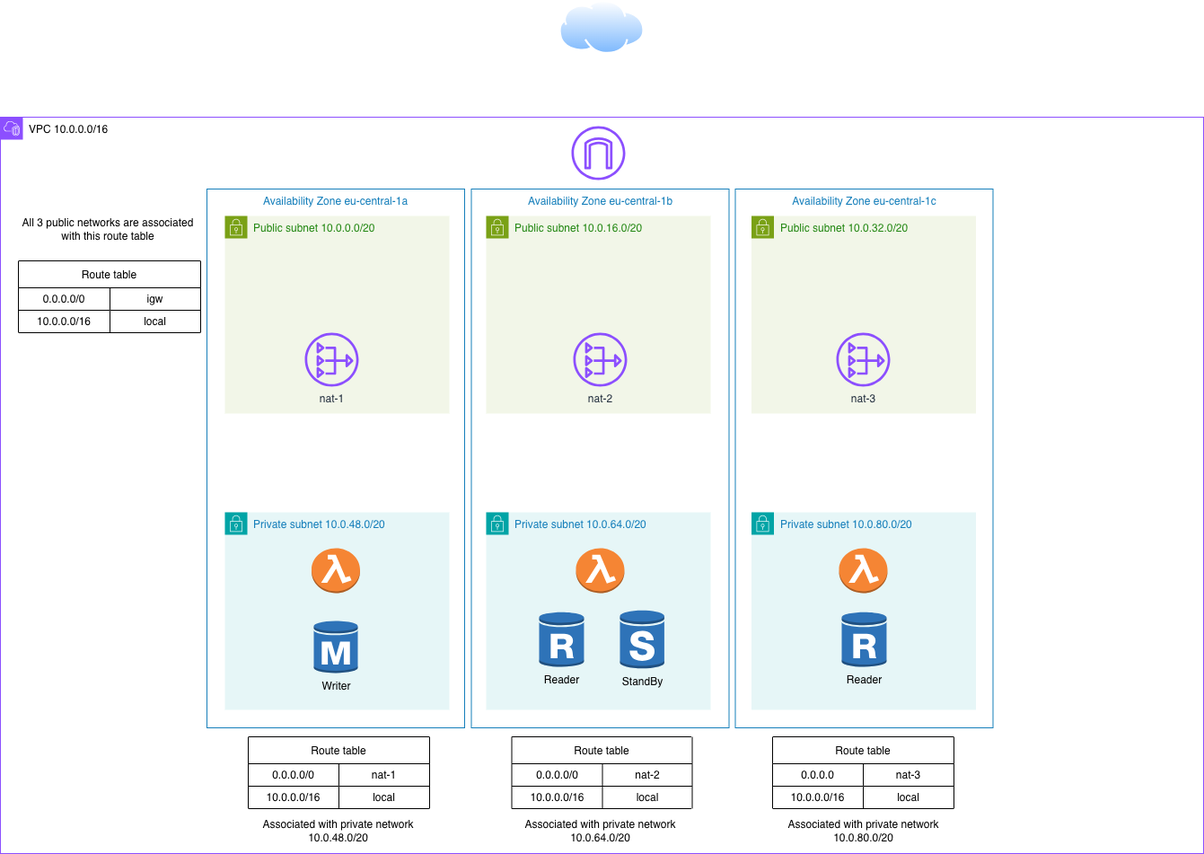
The draw.io diagram diagramm.drawio.png in apapazisis/aws-vpc, before a commit. Source tidied: cells renumbered, new cells last; positions are measured from the earlier drawing's top-left corner, leaving out a move shared by most shapes.
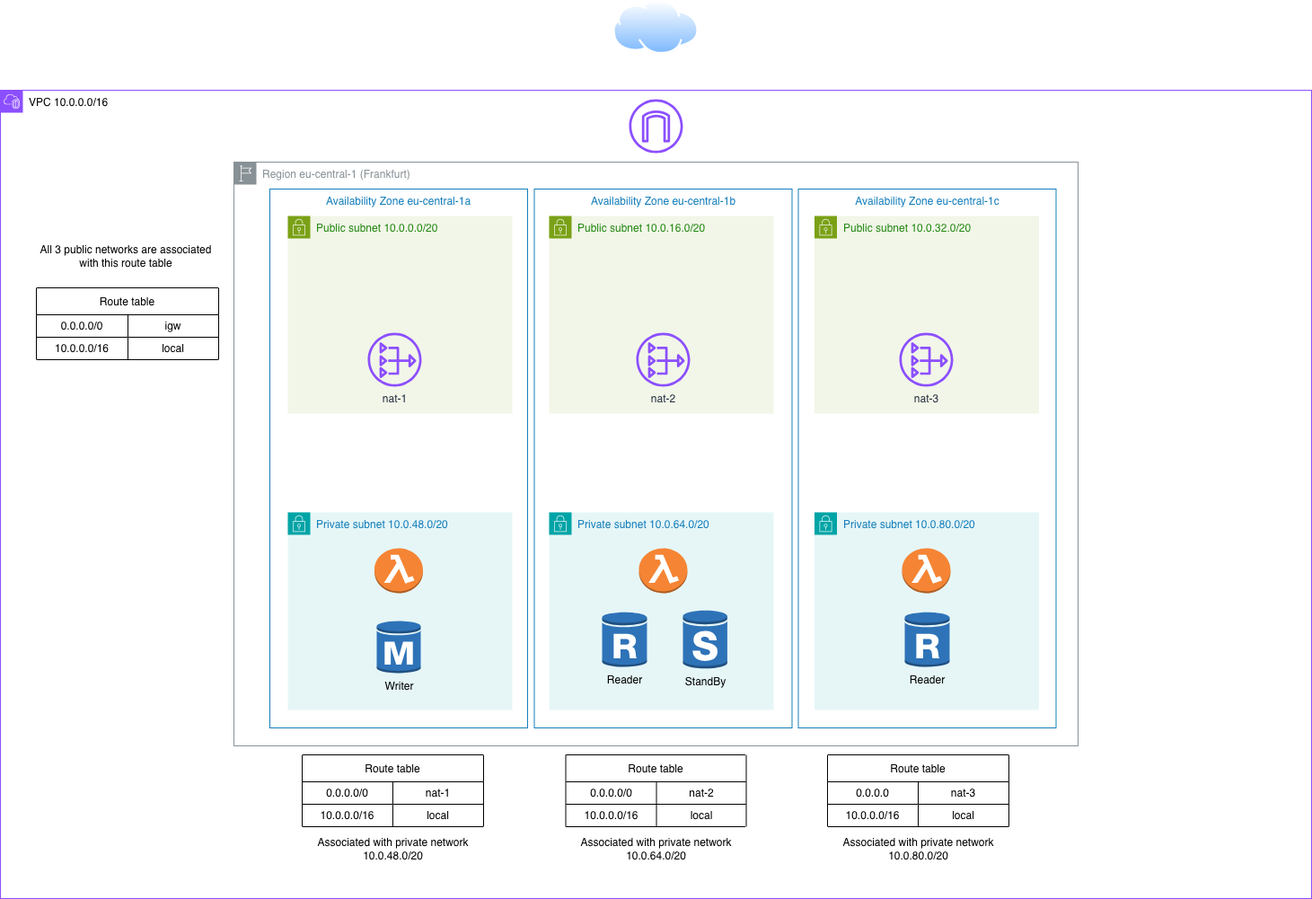
After the commit.

The edit, as a diff of the source:
```diff
@@ -3,55 +3,55 @@
     <mxCell id="0" />
     <mxCell id="1" parent="0" />
     <mxCell id="2" value="&lt;font style=&quot;color: rgb(0, 0, 0);&quot;&gt;VPC 10.0.0.0/16&lt;/font&gt;" style="gradientColor=none;html=1;whiteSpace=wrap;fontSize=12;fontStyle=0;shape=mxgraph.aws4.group;grIcon=mxgraph.aws4.group_vpc2;strokeColor=#8C4FFF;fillColor=none;verticalAlign=top;align=left;spacingLeft=30;fontColor=#AAB7B8;dashed=0;" parent="1" vertex="1">
-      <mxGeometry y="130" width="1340" height="820" as="geometry" />
+      <mxGeometry x="-120" y="130" width="1460" height="900" as="geometry" />
     </mxCell>
     <mxCell id="3" value="Availability Zone eu-central-1b" style="fillColor=none;strokeColor=#147EBA;verticalAlign=top;fontStyle=0;fontColor=#147EBA;whiteSpace=wrap;html=1;" parent="2" vertex="1">
-      <mxGeometry x="524.5" y="80" width="287" height="600" as="geometry" />
+      <mxGeometry x="594.5" y="110" width="287" height="600" as="geometry" />
     </mxCell>
     <mxCell id="4" value="Availability Zone eu-central-1c" style="fillColor=none;strokeColor=#147EBA;verticalAlign=top;fontStyle=0;fontColor=#147EBA;whiteSpace=wrap;html=1;" parent="2" vertex="1">
-      <mxGeometry x="818.5" y="80" width="287" height="600" as="geometry" />
+      <mxGeometry x="888.5" y="110" width="287" height="600" as="geometry" />
     </mxCell>
     <mxCell id="5" value="Availability Zone eu-central-1a" style="fillColor=none;strokeColor=#147EBA;verticalAlign=top;fontStyle=0;fontColor=#147EBA;whiteSpace=wrap;html=1;" parent="2" vertex="1">
-      <mxGeometry x="230" y="80" width="287" height="600" as="geometry" />
+      <mxGeometry x="300" y="110" width="287" height="600" as="geometry" />
     </mxCell>
     <mxCell id="6" value="Private subnet 10.0.48.0/20" style="gradientColor=none;html=1;whiteSpace=wrap;fontSize=12;fontStyle=0;shape=mxgraph.aws4.group;grIcon=mxgraph.aws4.group_security_group;grStroke=0;strokeColor=#00A4A6;fillColor=#E6F6F7;verticalAlign=top;align=left;spacingLeft=30;fontColor=#147EBA;dashed=0;" parent="2" vertex="1">
-      <mxGeometry x="250" y="440" width="250" height="220" as="geometry" />
+      <mxGeometry x="320" y="470" width="250" height="220" as="geometry" />
     </mxCell>
     <mxCell id="7" style="dashed=0;verticalLabelPosition=bottom;verticalAlign=top;align=center;html=1;shape=mxgraph.aws3.lambda_function;fillColor=#F58534;gradientColor=none;" parent="6" vertex="1">
       <mxGeometry x="96.5" y="40" width="54" height="50" as="geometry" />
     </mxCell>
     <mxCell id="8" value="Public subnet 10.0.0.0/20" style="gradientColor=none;html=1;whiteSpace=wrap;fontSize=12;fontStyle=0;shape=mxgraph.aws4.group;grIcon=mxgraph.aws4.group_security_group;grStroke=0;strokeColor=#7AA116;fillColor=#F2F6E8;verticalAlign=top;align=left;spacingLeft=30;fontColor=#248814;dashed=0;" parent="2" vertex="1">
-      <mxGeometry x="250" y="110" width="250" height="220" as="geometry" />
+      <mxGeometry x="320" y="140" width="250" height="220" as="geometry" />
     </mxCell>
     <mxCell id="9" value="nat-1" style="sketch=0;fontColor=#232F3E;gradientColor=none;fillColor=#8C4FFF;strokeColor=none;dashed=0;verticalLabelPosition=bottom;verticalAlign=top;align=center;html=1;fontSize=12;fontStyle=0;shape=mxgraph.aws4.nat_gateway;" parent="8" vertex="1">
       <mxGeometry x="89" y="130" width="60" height="60" as="geometry" />
     </mxCell>
     <mxCell id="10" value="Public subnet 10.0.16.0/20" style="gradientColor=none;html=1;whiteSpace=wrap;fontSize=12;fontStyle=0;shape=mxgraph.aws4.group;grIcon=mxgraph.aws4.group_security_group;grStroke=0;strokeColor=#7AA116;fillColor=#F2F6E8;verticalAlign=top;align=left;spacingLeft=30;fontColor=#248814;dashed=0;" parent="2" vertex="1">
-      <mxGeometry x="541" y="110" width="250" height="220" as="geometry" />
+      <mxGeometry x="611" y="140" width="250" height="220" as="geometry" />
     </mxCell>
     <mxCell id="11" value="nat-2" style="sketch=0;fontColor=#232F3E;gradientColor=none;fillColor=#8C4FFF;strokeColor=none;dashed=0;verticalLabelPosition=bottom;verticalAlign=top;align=center;html=1;fontSize=12;fontStyle=0;shape=mxgraph.aws4.nat_gateway;" parent="10" vertex="1">
       <mxGeometry x="97" y="130" width="60" height="60" as="geometry" />
     </mxCell>
     <mxCell id="12" value="Public subnet 10.0.32.0/20" style="gradientColor=none;html=1;whiteSpace=wrap;fontSize=12;fontStyle=0;shape=mxgraph.aws4.group;grIcon=mxgraph.aws4.group_security_group;grStroke=0;strokeColor=#7AA116;fillColor=#F2F6E8;verticalAlign=top;align=left;spacingLeft=30;fontColor=#248814;dashed=0;" parent="2" vertex="1">
-      <mxGeometry x="836.5" y="110" width="250" height="220" as="geometry" />
+      <mxGeometry x="906.5" y="140" width="250" height="220" as="geometry" />
     </mxCell>
     <mxCell id="13" value="nat-3" style="sketch=0;fontColor=#232F3E;gradientColor=none;fillColor=#8C4FFF;strokeColor=none;dashed=0;verticalLabelPosition=bottom;verticalAlign=top;align=center;html=1;fontSize=12;fontStyle=0;shape=mxgraph.aws4.nat_gateway;" parent="12" vertex="1">
       <mxGeometry x="94.5" y="130" width="60" height="60" as="geometry" />
     </mxCell>
     <mxCell id="14" value="Private subnet 10.0.64.0/20" style="gradientColor=none;html=1;whiteSpace=wrap;fontSize=12;fontStyle=0;shape=mxgraph.aws4.group;grIcon=mxgraph.aws4.group_security_group;grStroke=0;strokeColor=#00A4A6;fillColor=#E6F6F7;verticalAlign=top;align=left;spacingLeft=30;fontColor=#147EBA;dashed=0;" parent="2" vertex="1">
-      <mxGeometry x="541" y="440" width="250" height="220" as="geometry" />
+      <mxGeometry x="611" y="470" width="250" height="220" as="geometry" />
     </mxCell>
     <mxCell id="15" style="dashed=0;verticalLabelPosition=bottom;verticalAlign=top;align=center;html=1;shape=mxgraph.aws3.lambda_function;fillColor=#F58534;gradientColor=none;" parent="14" vertex="1">
       <mxGeometry x="100" y="40" width="54" height="50" as="geometry" />
     </mxCell>
     <mxCell id="16" value="Private subnet 10.0.80.0/20" style="gradientColor=none;html=1;whiteSpace=wrap;fontSize=12;fontStyle=0;shape=mxgraph.aws4.group;grIcon=mxgraph.aws4.group_security_group;grStroke=0;strokeColor=#00A4A6;fillColor=#E6F6F7;verticalAlign=top;align=left;spacingLeft=30;fontColor=#147EBA;dashed=0;" parent="2" vertex="1">
-      <mxGeometry x="836.5" y="440" width="250" height="220" as="geometry" />
+      <mxGeometry x="906.5" y="470" width="250" height="220" as="geometry" />
     </mxCell>
     <mxCell id="17" style="dashed=0;verticalLabelPosition=bottom;verticalAlign=top;align=center;html=1;shape=mxgraph.aws3.lambda_function;fillColor=#F58534;gradientColor=none;" parent="16" vertex="1">
       <mxGeometry x="97.5" y="40" width="54" height="50" as="geometry" />
     </mxCell>
     <mxCell id="18" value="Route table" style="shape=table;startSize=30;labelBackgroundColor=none;labelBorderColor=none;" parent="2" vertex="1">
-      <mxGeometry x="860" y="690" width="202" height="80" as="geometry" />
+      <mxGeometry x="921" y="740" width="202" height="80" as="geometry" />
     </mxCell>
     <mxCell id="19" style="shape=tableRow;horizontal=0;startSize=0;swimlaneHead=0;swimlaneBody=0;strokeColor=inherit;top=0;left=0;bottom=0;right=0;fillColor=none;" parent="18" vertex="1">
       <mxGeometry y="30" width="202" height="25" as="geometry" />
@@ -72,7 +72,7 @@
       <mxGeometry x="101" width="101" height="25" as="geometry" />
     </mxCell>
     <mxCell id="25" value="Route table" style="shape=table;startSize=30;labelBackgroundColor=none;labelBorderColor=none;" parent="2" vertex="1">
-      <mxGeometry x="569.5" y="690" width="201" height="80" as="geometry" />
+      <mxGeometry x="629.5" y="740" width="201" height="80" as="geometry" />
     </mxCell>
     <mxCell id="26" style="shape=tableRow;horizontal=0;startSize=0;swimlaneHead=0;swimlaneBody=0;strokeColor=inherit;top=0;left=0;bottom=0;right=0;fillColor=none;" parent="25" vertex="1">
       <mxGeometry y="30" width="201" height="25" as="geometry" />
@@ -93,7 +93,7 @@
       <mxGeometry x="101" width="100" height="25" as="geometry" />
     </mxCell>
     <mxCell id="32" value="Route table" style="shape=table;startSize=30;labelBackgroundColor=none;labelBorderColor=none;" parent="2" vertex="1">
-      <mxGeometry x="276" y="690" width="202" height="80" as="geometry" />
+      <mxGeometry x="336" y="740" width="202" height="80" as="geometry" />
     </mxCell>
     <mxCell id="33" style="shape=tableRow;horizontal=0;startSize=0;swimlaneHead=0;swimlaneBody=0;strokeColor=inherit;top=0;left=0;bottom=0;right=0;fillColor=none;" parent="32" vertex="1">
       <mxGeometry y="30" width="202" height="25" as="geometry" />
@@ -114,7 +114,7 @@
       <mxGeometry x="101" width="101" height="25" as="geometry" />
     </mxCell>
     <mxCell id="39" value="Route table" style="shape=table;startSize=30;fillColor=none;" parent="2" vertex="1">
-      <mxGeometry x="20" y="160" width="203" height="80" as="geometry" />
+      <mxGeometry x="40" y="220" width="203" height="80" as="geometry" />
     </mxCell>
     <mxCell id="40" style="shape=tableRow;horizontal=0;startSize=0;swimlaneHead=0;swimlaneBody=0;strokeColor=inherit;top=0;left=0;bottom=0;right=0;fillColor=none;" parent="39" vertex="1">
       <mxGeometry y="30" width="203" height="25" as="geometry" />
@@ -135,34 +135,37 @@
       <mxGeometry x="102" width="101" height="25" as="geometry" />
     </mxCell>
     <mxCell id="46" value="All 3 public networks are associated with this route table" style="text;html=1;whiteSpace=wrap;strokeColor=none;fillColor=none;align=center;verticalAlign=middle;rounded=0;" parent="2" vertex="1">
-      <mxGeometry x="20" y="110" width="200" height="30" as="geometry" />
+      <mxGeometry x="40" y="170" width="200" height="30" as="geometry" />
     </mxCell>
     <mxCell id="47" value="Associated with private network 10.0.48.0/20" style="text;html=1;whiteSpace=wrap;strokeColor=none;fillColor=none;align=center;verticalAlign=middle;rounded=0;" parent="2" vertex="1">
-      <mxGeometry x="275" y="780" width="203" height="30" as="geometry" />
+      <mxGeometry x="336" y="830" width="203" height="30" as="geometry" />
     </mxCell>
     <mxCell id="48" value="Associated with private network 10.0.64.0/20" style="text;html=1;whiteSpace=wrap;strokeColor=none;fillColor=none;align=center;verticalAlign=middle;rounded=0;" parent="2" vertex="1">
-      <mxGeometry x="566.5" y="780" width="203" height="30" as="geometry" />
+      <mxGeometry x="628.5" y="830" width="203" height="30" as="geometry" />
     </mxCell>
     <mxCell id="49" value="Associated with private network 10.0.80.0/20" style="text;html=1;whiteSpace=wrap;strokeColor=none;fillColor=none;align=center;verticalAlign=middle;rounded=0;" parent="2" vertex="1">
-      <mxGeometry x="860" y="780" width="203" height="30" as="geometry" />
+      <mxGeometry x="921" y="830" width="203" height="30" as="geometry" />
     </mxCell>
     <mxCell id="50" style="sketch=0;fontColor=#232F3E;gradientColor=none;fillColor=#8C4FFF;strokeColor=none;dashed=0;verticalLabelPosition=bottom;verticalAlign=top;align=center;html=1;fontSize=12;fontStyle=0;shape=mxgraph.aws4.internet_gateway;" parent="2" vertex="1">
-      <mxGeometry x="636" y="10" width="60" height="60" as="geometry" />
+      <mxGeometry x="700" y="10" width="60" height="60" as="geometry" />
     </mxCell>
     <mxCell id="51" value="Reader" style="dashed=0;verticalLabelPosition=bottom;verticalAlign=top;align=center;html=1;shape=mxgraph.aws3.rds_db_instance_read_replica;fillColor=#2E73B8;gradientColor=none;" parent="2" vertex="1">
-      <mxGeometry x="600" y="550" width="50" height="63" as="geometry" />
+      <mxGeometry x="670" y="580" width="50" height="63" as="geometry" />
     </mxCell>
     <mxCell id="52" value="Writer" style="dashed=0;verticalLabelPosition=bottom;verticalAlign=top;align=center;html=1;shape=mxgraph.aws3.rds_db_instance;fillColor=#2E73B8;gradientColor=none;" parent="2" vertex="1">
-      <mxGeometry x="349" y="560" width="49" height="60" as="geometry" />
+      <mxGeometry x="419" y="590" width="49" height="60" as="geometry" />
     </mxCell>
     <mxCell id="53" value="Reader" style="dashed=0;verticalLabelPosition=bottom;verticalAlign=top;align=center;html=1;shape=mxgraph.aws3.rds_db_instance_read_replica;fillColor=#2E73B8;gradientColor=none;" parent="2" vertex="1">
-      <mxGeometry x="937" y="550" width="50" height="63" as="geometry" />
+      <mxGeometry x="1007" y="580" width="50" height="63" as="geometry" />
     </mxCell>
     <mxCell id="54" value="StandBy" style="dashed=0;verticalLabelPosition=bottom;verticalAlign=top;align=center;html=1;shape=mxgraph.aws3.rds_db_instance_standby_multi_az;fillColor=#2E73B8;gradientColor=none;" parent="2" vertex="1">
-      <mxGeometry x="690" y="548.5" width="49.5" height="66" as="geometry" />
+      <mxGeometry x="760" y="578.5" width="49.5" height="66" as="geometry" />
     </mxCell>
+    <mxCell id="56" value="Region eu-central-1 (Frankfurt)" style="sketch=0;gradientColor=none;html=1;whiteSpace=wrap;fontSize=12;fontStyle=0;shape=mxgraph.aws4.group;grIcon=mxgraph.aws4.group_region;strokeColor=#879196;fillColor=none;verticalAlign=top;align=left;spacingLeft=30;fontColor=#879196;fontFamily=Helvetica;labelBackgroundColor=default;" parent="2" vertex="1">
+      <mxGeometry x="260" y="80" width="940" height="650" as="geometry" />
+    </mxCell>
     <mxCell id="55" style="image;perimeter=ellipsePerimeter;html=1;align=center;shadow=0;dashed=0;spacingTop=3;image=img/lib/active_directory/internet_cloud.svg;" parent="1" vertex="1">
-      <mxGeometry x="622.4" width="95.2" height="60" as="geometry" />
+      <mxGeometry x="562.4" y="30" width="95.2" height="60" as="geometry" />
     </mxCell>
   </root>
 </mxGraphModel>
```
